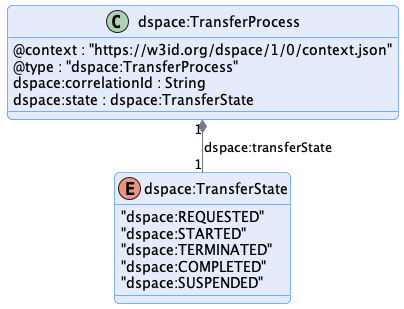
The PlantUML diagram transfer/message/diagram/transfer-process.png in International-Data-Spaces-Association/ids-specification, before a commit.
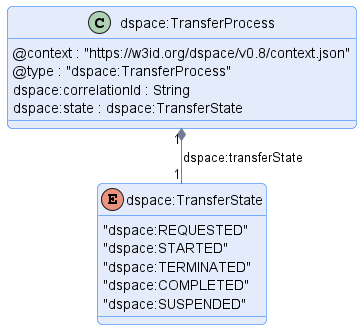
After the change.

What changed in the source:
```diff
@@ -7,7 +7,7 @@
 
 
 class "dspace:TransferProcess" {
-    @context : "https://w3id.org/dspace/1/0/context.json"
+    @context : "https://w3id.org/dspace/v0.8/context.json"
     @type : "dspace:TransferProcess"
     dspace:correlationId : String
     dspace:state : dspace:TransferState
```
